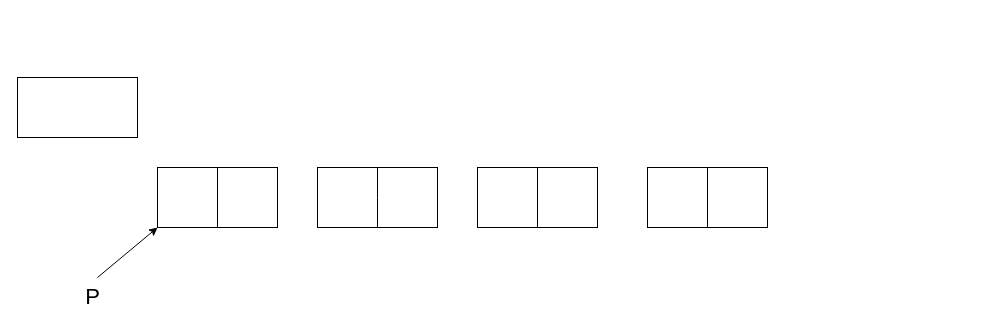
This is Untitled Diagram.drawio from Drynxx/drynxx, a draw.io file, before an edit. Source tidied: cells renumbered, new cells numbered last; positions are measured from the earlier drawing's top-left corner, leaving out a move shared by most shapes. Both pictures are drawn from the tidied source at 100%, with x=0, y=0 at pixel (17, 77).
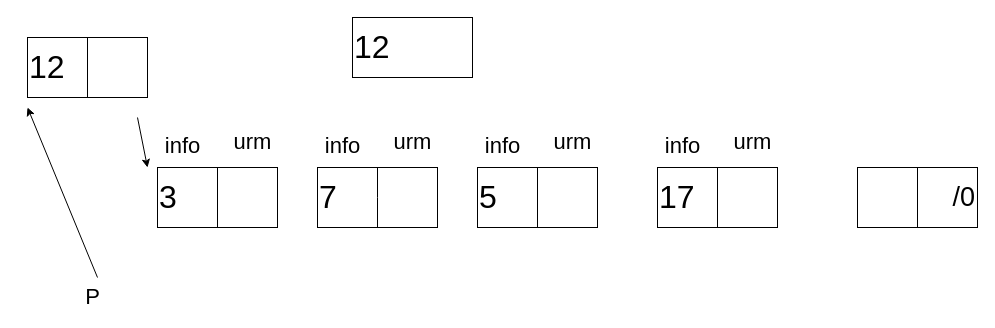
Above is the later version.

Diff of the diagram source:
```diff
@@
-    <mxCell id="2" style="rounded=0;whiteSpace=wrap;html=1;" parent="1" vertex="1">
+    <mxCell id="2" value="&lt;font style=&quot;font-size: 32px&quot;&gt;7&lt;/font&gt;" style="rounded=0;whiteSpace=wrap;html=1;align=left;" parent="1" vertex="1">
       <mxGeometry x="300" y="90" width="120" height="60" as="geometry" />
     </mxCell>
-    <mxCell id="3" style="rounded=0;whiteSpace=wrap;html=1;" parent="1" vertex="1">
+    <mxCell id="3" value="&lt;font style=&quot;font-size: 32px&quot;&gt;5&lt;/font&gt;" style="rounded=0;whiteSpace=wrap;html=1;align=left;" parent="1" vertex="1">
       <mxGeometry x="460" y="90" width="120" height="60" as="geometry" />
     </mxCell>
-    <mxCell id="4" style="rounded=0;whiteSpace=wrap;html=1;" parent="1" vertex="1">
+    <mxCell id="4" value="&lt;font style=&quot;font-size: 32px&quot;&gt;3&lt;/font&gt;" style="rounded=0;whiteSpace=wrap;html=1;align=left;" parent="1" vertex="1">
       <mxGeometry x="140" y="90" width="120" height="60" as="geometry" />
     </mxCell>
-    <mxCell id="5" style="rounded=0;whiteSpace=wrap;html=1;" parent="1" vertex="1">
-      <mxGeometry x="630" y="90" width="120" height="60" as="geometry" />
+    <mxCell id="5" value="&lt;font style=&quot;font-size: 27px&quot;&gt;/0&lt;/font&gt;" style="rounded=0;whiteSpace=wrap;html=1;align=right;" parent="1" vertex="1">
+      <mxGeometry x="840" y="90" width="120" height="60" as="geometry" />
     </mxCell>
-    <mxCell id="6" style="endArrow=classic;html=1;rounded=0;entryX=0;entryY=1;entryDx=0;entryDy=0;" parent="1" edge="1" target="4">
+    <mxCell id="6" style="endArrow=classic;html=1;rounded=0;" parent="1" edge="1">
       <mxGeometry relative="1" as="geometry">
         <mxPoint x="80" y="200" as="sourcePoint" />
+        <mxPoint x="10" y="30" as="targetPoint" />
       </mxGeometry>
     </mxCell>
@@
-    <mxCell id="8" style="rounded=0;whiteSpace=wrap;html=1;fontSize=22;" parent="1" vertex="1">
-      <mxGeometry width="120" height="60" as="geometry" />
+    <mxCell id="8" value="&lt;font style=&quot;font-size: 32px&quot;&gt;12&lt;/font&gt;" style="rounded=0;whiteSpace=wrap;html=1;fontSize=22;align=left;" parent="1" vertex="1">
+      <mxGeometry x="10" y="-40" width="120" height="60" as="geometry" />
     </mxCell>
@@
+    <mxCell id="13" style="endArrow=none;html=1;rounded=0;fontSize=22;entryX=0.5;entryY=0;entryDx=0;entryDy=0;exitX=0.5;exitY=1;exitDx=0;exitDy=0;" parent="1" edge="1" source="8" target="8">
+      <mxGeometry relative="1" as="geometry" />
+    </mxCell>
+    <mxCell id="14" value="&lt;font style=&quot;font-size: 32px&quot;&gt;17&lt;/font&gt;" style="rounded=0;whiteSpace=wrap;html=1;fontSize=22;align=left;" parent="1" vertex="1">
+      <mxGeometry x="640" y="90" width="120" height="60" as="geometry" />
+    </mxCell>
+    <mxCell id="15" style="endArrow=none;html=1;rounded=0;fontSize=22;entryX=0.5;entryY=0;entryDx=0;entryDy=0;exitX=0.5;exitY=1;exitDx=0;exitDy=0;" parent="1" edge="1" source="14" target="14">
+      <mxGeometry relative="1" as="geometry" />
+    </mxCell>
+    <mxCell id="16" value="&lt;font style=&quot;font-size: 22px&quot;&gt;info&lt;/font&gt;" style="text;html=1;align=center;verticalAlign=middle;strokeColor=none;fillColor=none;fontSize=32;" parent="1" vertex="1">
+      <mxGeometry x="140" y="40" width="50" height="50" as="geometry" />
+    </mxCell>
+    <mxCell id="17" value="&lt;font style=&quot;font-size: 22px&quot;&gt;info&lt;/font&gt;" style="text;html=1;align=center;verticalAlign=middle;strokeColor=none;fillColor=none;fontSize=32;" parent="1" vertex="1">
+      <mxGeometry x="300" y="40" width="50" height="50" as="geometry" />
+    </mxCell>
+    <mxCell id="18" value="&lt;font style=&quot;font-size: 22px&quot;&gt;info&lt;/font&gt;" style="text;html=1;align=center;verticalAlign=middle;strokeColor=none;fillColor=none;fontSize=32;" parent="1" vertex="1">
+      <mxGeometry x="460" y="40" width="50" height="50" as="geometry" />
+    </mxCell>
+    <mxCell id="19" value="&lt;font style=&quot;font-size: 22px&quot;&gt;info&lt;/font&gt;" style="text;html=1;align=center;verticalAlign=middle;strokeColor=none;fillColor=none;fontSize=32;" parent="1" vertex="1">
+      <mxGeometry x="640" y="40" width="50" height="50" as="geometry" />
+    </mxCell>
+    <mxCell id="20" value="urm" style="text;html=1;align=center;verticalAlign=middle;strokeColor=none;fillColor=none;fontSize=22;" parent="1" vertex="1">
+      <mxGeometry x="210" y="50" width="50" height="30" as="geometry" />
+    </mxCell>
+    <mxCell id="21" value="urm" style="text;html=1;align=center;verticalAlign=middle;strokeColor=none;fillColor=none;fontSize=22;" parent="1" vertex="1">
+      <mxGeometry x="370" y="50" width="50" height="30" as="geometry" />
+    </mxCell>
+    <mxCell id="22" value="urm" style="text;html=1;align=center;verticalAlign=middle;strokeColor=none;fillColor=none;fontSize=22;" parent="1" vertex="1">
+      <mxGeometry x="530" y="50" width="50" height="30" as="geometry" />
+    </mxCell>
+    <mxCell id="23" value="urm" style="text;html=1;align=center;verticalAlign=middle;strokeColor=none;fillColor=none;fontSize=22;" parent="1" vertex="1">
+      <mxGeometry x="710" y="50" width="50" height="30" as="geometry" />
+    </mxCell>
+    <mxCell id="24" style="endArrow=classic;html=1;rounded=0;fontSize=32;" parent="1" edge="1">
+      <mxGeometry relative="1" as="geometry">
+        <mxPoint x="120" y="40" as="sourcePoint" />
+        <mxPoint x="130" y="90" as="targetPoint" />
+      </mxGeometry>
+    </mxCell>
+    <mxCell id="25" value="&lt;font style=&quot;font-size: 32px&quot;&gt;12&lt;/font&gt;" style="rounded=0;whiteSpace=wrap;html=1;fontSize=22;align=left;" parent="1" vertex="1">
+      <mxGeometry x="335" y="-60" width="120" height="60" as="geometry" />
+    </mxCell>
```
